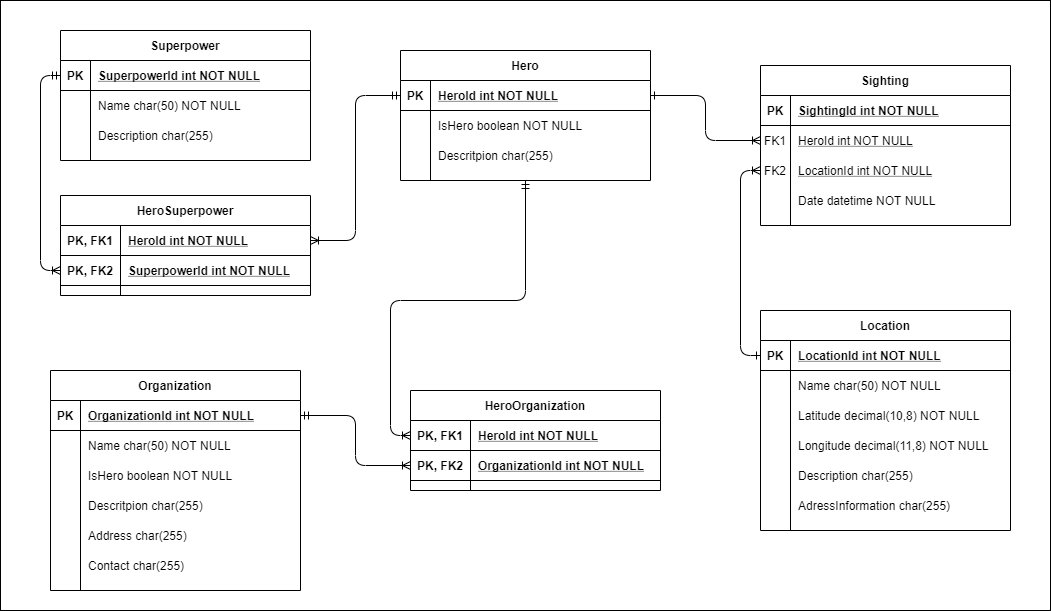
Earlier version of the draw.io export SuperheroSightingsERD.png (NacerSebtiMS/Superhero-Sightings-Spring-Boot-Web-App). Source tidied: cells renumbered, new cells last; positions are measured from the earlier drawing's top-left corner, leaving out a move shared by most shapes.
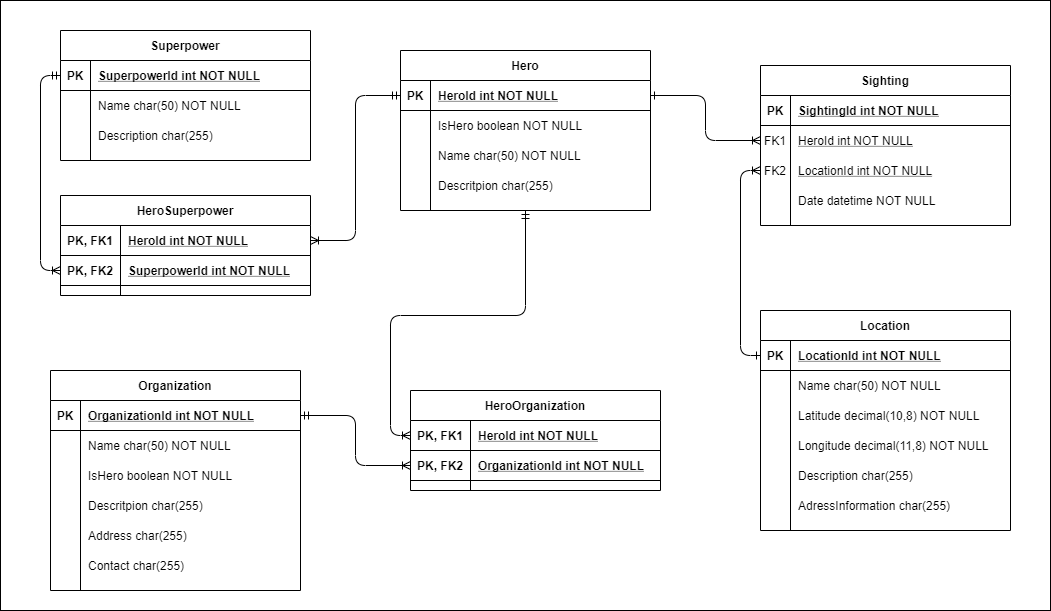
After the change.

Commit message:
Added name field for hero

Diff of the diagram source:
```diff
@@ -6,7 +6,7 @@
       <mxGeometry width="1050" height="610" as="geometry" />
     </mxCell>
     <mxCell id="3" value="Hero" style="shape=table;startSize=30;rowLines=0;fontStyle=1;align=center;" parent="1" vertex="1">
-      <mxGeometry x="400" y="50" width="250" height="130" as="geometry" />
+      <mxGeometry x="400" y="50" width="250" height="160" as="geometry" />
     </mxCell>
     <mxCell id="4" style="shape=partialRectangle;fillColor=none;points=[[0,0.5],[1,0.5]];portConstraint=eastwest;top=0;left=0;right=0;bottom=1;" parent="3" vertex="1">
       <mxGeometry y="30" width="250" height="30" as="geometry" />
@@ -32,9 +32,18 @@
     <mxCell id="11" style="shape=partialRectangle;overflow=hidden;fillColor=none;top=0;left=0;bottom=0;right=0;" parent="10" vertex="1">
       <mxGeometry width="30" height="30" as="geometry" />
     </mxCell>
-    <mxCell id="12" value="Descritpion char(255)" style="shape=partialRectangle;overflow=hidden;fillColor=none;top=0;left=0;bottom=0;right=0;align=left;spacingLeft=6;" parent="10" vertex="1">
+    <mxCell id="12" value="Name char(50) NOT NULL" style="shape=partialRectangle;overflow=hidden;fillColor=none;top=0;left=0;bottom=0;right=0;align=left;spacingLeft=6;" parent="10" vertex="1">
       <mxGeometry x="30" width="220" height="30" as="geometry" />
     </mxCell>
+    <mxCell id="94" style="shape=partialRectangle;fillColor=none;top=0;left=0;right=0;bottom=0;" parent="3" vertex="1">
+      <mxGeometry y="120" width="250" height="30" as="geometry" />
+    </mxCell>
+    <mxCell id="95" style="shape=partialRectangle;overflow=hidden;fillColor=none;top=0;left=0;bottom=0;right=0;" parent="94" vertex="1">
+      <mxGeometry width="30" height="30" as="geometry" />
+    </mxCell>
+    <mxCell id="96" value="Descritpion char(255)" style="shape=partialRectangle;overflow=hidden;fillColor=none;top=0;left=0;bottom=0;right=0;align=left;spacingLeft=6;" parent="94" vertex="1">
+      <mxGeometry x="30" width="220" height="30" as="geometry" />
+    </mxCell>
     <mxCell id="13" value="Superpower" style="shape=table;startSize=30;rowLines=0;fontStyle=1;align=center;" parent="1" vertex="1">
       <mxGeometry x="60" y="30" width="250" height="130" as="geometry" />
     </mxCell>
```
